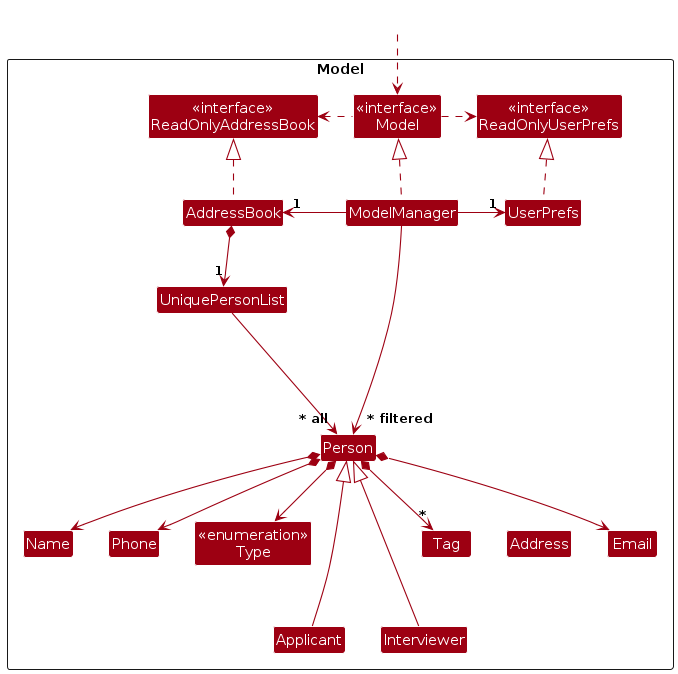
The PlantUML diagram diagrams/ModelClassDiagram.png in AY2324S2-CS2103T-F11-3/tp, before a commit. Its source is kept beside it as diagrams/ModelClassDiagram.puml.
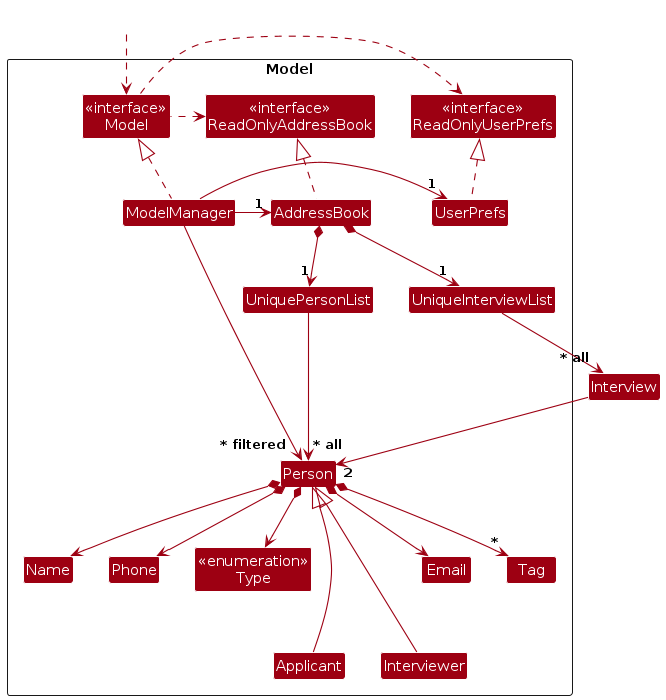
The same diagram one commit later.

What changed in the source:
```diff
@@ -14,10 +14,10 @@
 Class UserPrefs
 
 Class UniquePersonList
+Class UniqueInterviewList
 Class Person
 Class Applicant
 Class Interviewer
-Class Address
 Class Email
 Class Name
 Class Phone
@@ -40,7 +40,10 @@
 UserPrefs .up.|> ReadOnlyUserPrefs
 
 AddressBook *--> "1" UniquePersonList
+AddressBook *--> "1" UniqueInterviewList
 UniquePersonList --> "~* all" Person
+UniqueInterviewList --> "~* all" Interview
+Interview --> "2" Person
 Person *--> Name
 Person *--> Phone
 Person *--> Email
@@ -54,8 +57,6 @@
 UniquePersonList -[hidden]right-> I
 
 Name -[hidden]right-> Phone
-Phone -[hidden]right-> Address
-Address -[hidden]right-> Email
 
 ModelManager --> "~* filtered" Person
 @enduml
```
